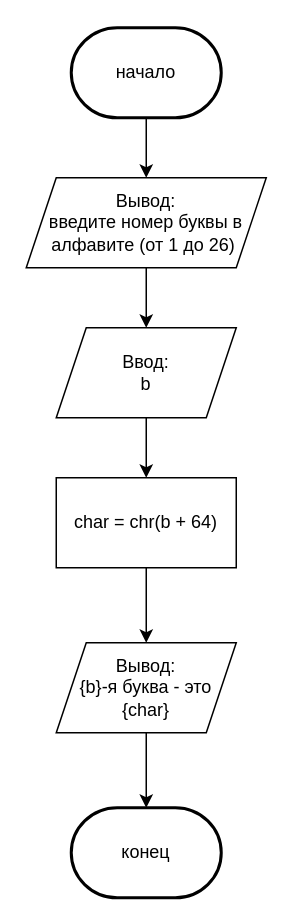
The draw.io diagram page "les_1_task_5" (4 of 5) of Untitled Diagram.drawio in Fawe0000/Algoritms_for_pitone, before the edit. Source tidied: cells renumbered, new cells numbered last; positions are measured from the earlier drawing's top-left corner, leaving out a move shared by most shapes. Both pictures are drawn from the tidied source at 150%, with x=0, y=0 at pixel (26, 27).
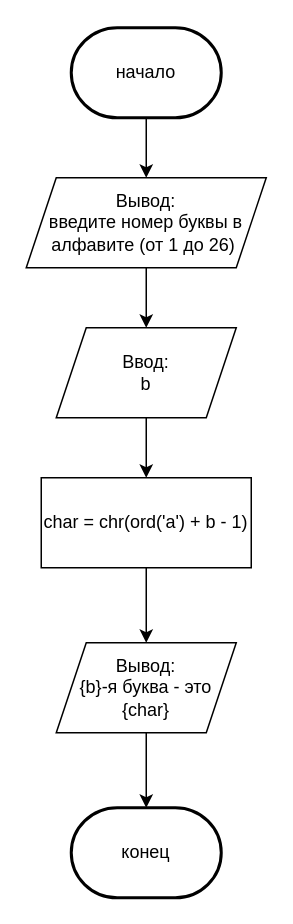
Above is the later version.

What changed in the source:
```diff
@@
 <mxGraphModel>
   <root>
     <mxCell id="0" />
     <mxCell id="1" parent="0" />
     <mxCell id="2" style="edgeStyle=orthogonalEdgeStyle;rounded=0;jettySize=auto;html=1;exitX=0.5;exitY=1;exitDx=0;exitDy=0;exitPerimeter=0;entryX=0.5;entryY=0;entryDx=0;entryDy=0;" parent="1" edge="1" source="3" target="5">
       <mxGeometry relative="1" as="geometry" />
     </mxCell>
     <mxCell id="3" value="начало" style="strokeWidth=2;html=1;shape=mxgraph.flowchart.terminator;whiteSpace=wrap;" parent="1" vertex="1">
       <mxGeometry x="30" width="100" height="60" as="geometry" />
     </mxCell>
     <mxCell id="4" style="edgeStyle=orthogonalEdgeStyle;rounded=0;jettySize=auto;html=1;exitX=0.5;exitY=1;exitDx=0;exitDy=0;entryX=0.5;entryY=0;entryDx=0;entryDy=0;" parent="1" edge="1" source="5" target="7">
       <mxGeometry relative="1" as="geometry" />
     </mxCell>
     <mxCell id="5" value="Вывод:&lt;br&gt;введите номер буквы в алфавите (от 1 до 26)&amp;nbsp;" style="shape=parallelogram;perimeter=parallelogramPerimeter;whiteSpace=wrap;html=1;fixedSize=1;" parent="1" vertex="1">
       <mxGeometry y="100" width="160" height="60" as="geometry" />
     </mxCell>
     <mxCell id="6" style="edgeStyle=orthogonalEdgeStyle;rounded=0;jettySize=auto;html=1;exitX=0.5;exitY=1;exitDx=0;exitDy=0;entryX=0.5;entryY=0;entryDx=0;entryDy=0;" parent="1" edge="1" source="7" target="9">
       <mxGeometry relative="1" as="geometry" />
     </mxCell>
     <mxCell id="7" value="Ввод:&lt;br&gt;b" style="shape=parallelogram;perimeter=parallelogramPerimeter;whiteSpace=wrap;html=1;fixedSize=1;" parent="1" vertex="1">
       <mxGeometry x="20" y="200" width="120" height="60" as="geometry" />
     </mxCell>
     <mxCell id="8" style="edgeStyle=orthogonalEdgeStyle;rounded=0;jettySize=auto;html=1;exitX=0.5;exitY=1;exitDx=0;exitDy=0;entryX=0.5;entryY=0;entryDx=0;entryDy=0;" parent="1" edge="1" source="9" target="11">
       <mxGeometry relative="1" as="geometry" />
     </mxCell>
-    <mxCell id="9" value="char = chr(b + 64)" style="rounded=0;whiteSpace=wrap;html=1;" parent="1" vertex="1">
-      <mxGeometry x="20" y="300" width="120" height="60" as="geometry" />
+    <mxCell id="9" value="char = chr(ord('a') + b - 1)" style="rounded=0;whiteSpace=wrap;html=1;" parent="1" vertex="1">
+      <mxGeometry x="10" y="300" width="140" height="60" as="geometry" />
     </mxCell>
     <mxCell id="10" style="edgeStyle=orthogonalEdgeStyle;rounded=0;jettySize=auto;html=1;exitX=0.5;exitY=1;exitDx=0;exitDy=0;entryX=0.5;entryY=0;entryDx=0;entryDy=0;entryPerimeter=0;" parent="1" edge="1" source="11" target="12">
       <mxGeometry relative="1" as="geometry" />
     </mxCell>
     <mxCell id="11" value="Вывод:&lt;br&gt;{b}-я буква - это {char}" style="shape=parallelogram;perimeter=parallelogramPerimeter;whiteSpace=wrap;html=1;fixedSize=1;" parent="1" vertex="1">
       <mxGeometry x="20" y="410" width="120" height="60" as="geometry" />
     </mxCell>
     <mxCell id="12" value="конец" style="strokeWidth=2;html=1;shape=mxgraph.flowchart.terminator;whiteSpace=wrap;" parent="1" vertex="1">
       <mxGeometry x="30" y="520" width="100" height="60" as="geometry" />
     </mxCell>
   </root>
 </mxGraphModel>
```
